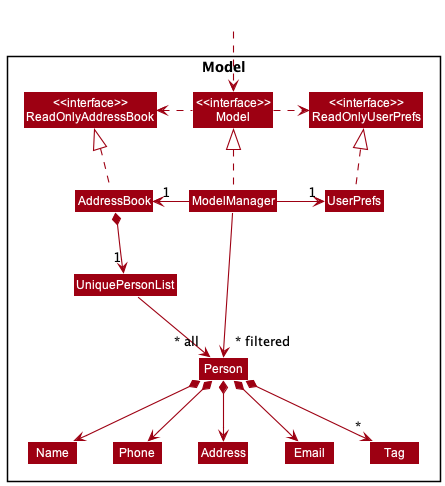
Before: docs/images/ModelClassDiagram.png, a diagram exported from PlantUML (nus-cs2103-AY2223S2/tp).
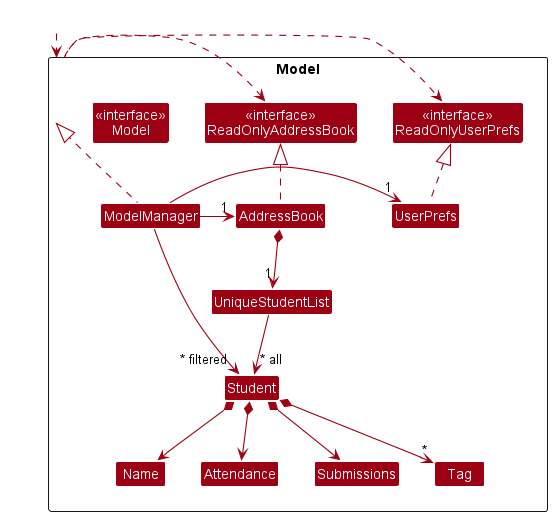
The same file after the commit.

Diff of the diagram source:
```diff
@@ -12,14 +12,12 @@
 Class ModelManager
 Class UserPrefs
 
-Class UniquePersonList
-Class Person
-Class Address
-Class Email
+Class UniqueStudentList
+Class Student
 Class Name
-Class Phone
+Class Attendance
+Class Submissions
 Class Tag
-
 }
 
 Class HiddenOutside #FFFFFF
@@ -34,17 +32,16 @@
 ModelManager -right-> "1" UserPrefs
 UserPrefs .up.|> ReadOnlyUserPrefs
 
-AddressBook *--> "1" UniquePersonList
-UniquePersonList --> "~* all" Person
-Person *--> Name
-Person *--> Phone
-Person *--> Email
-Person *--> Address
-Person *--> "*" Tag
+AddressBook *--> "1" UniqueStudentList
+UniqueStudentList --> "~* all" Student
+Student *--> Name
+Student *--> Attendance
+Student *--> Submissions
+Student *--> "*" Tag
 
-Name -[hidden]right-> Phone
-Phone -[hidden]right-> Address
-Address -[hidden]right-> Email
+Name -[hidden]right-> Attendance
+Attendance -[hidden]right-> Submissions
+Submissions -[hidden]right-> Tag
 
-ModelManager -->"~* filtered" Person
+ModelManager -->"~* filtered" Student
 @enduml
```
